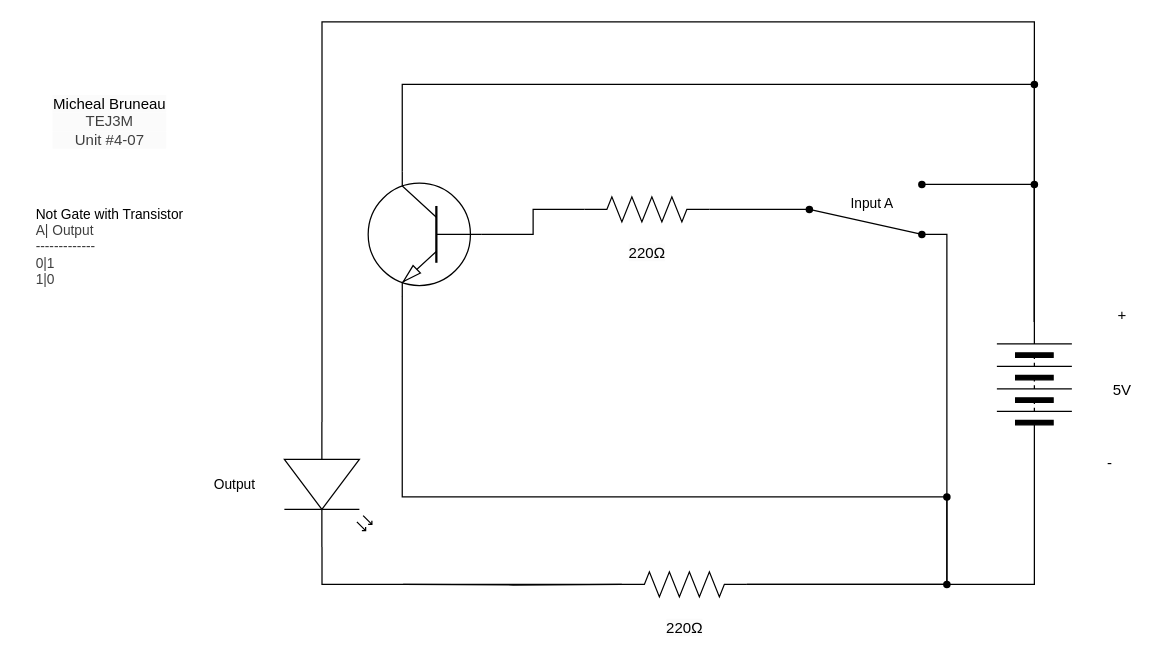
This is TEJ3M 4-07/Schematic Diagram.drawio from michael-bruneau/TEJ3M-Unit-4, a draw.io file, before an edit. Source tidied: cells renumbered, new cells numbered last; positions are measured from the earlier drawing's top-left corner, leaving out a move shared by most shapes. Both pictures are drawn from the tidied source at 125%, with x=0, y=0 at pixel (21, 21).
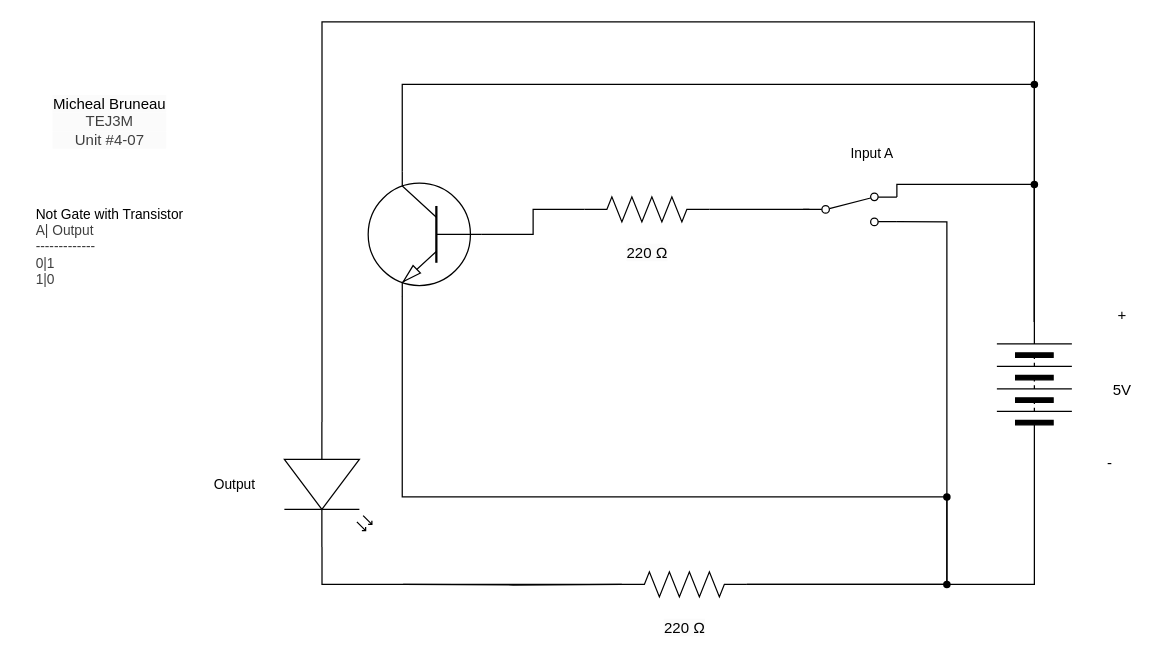
The same diagram, later.

The change refers to these unchanged cells:
```xml
<mxCell id="5" style="verticalLabelPosition=bottom;shadow=0;dashed=0;align=center;html=1;verticalAlign=top;shape=mxgraph.electrical.miscellaneous.batteryStack;rotation=-90;" parent="1" vertex="1">
  <mxGeometry x="760" y="260" width="100" height="60" as="geometry" />
</mxCell>
<mxCell id="11" style="verticalLabelPosition=bottom;shadow=0;dashed=0;align=center;html=1;verticalAlign=top;shape=mxgraph.electrical.resistors.resistor_2;fontFamily=Helvetica;fontSize=11;fontColor=default;labelBackgroundColor=default;" parent="1" vertex="1">
  <mxGeometry x="450" y="140" width="100" height="20" as="geometry" />
</mxCell>
<mxCell id="14" style="verticalLabelPosition=bottom;shadow=0;dashed=0;align=center;html=1;verticalAlign=top;shape=mxgraph.electrical.resistors.resistor_2;fontFamily=Helvetica;fontSize=11;fontColor=default;labelBackgroundColor=default;" parent="1" vertex="1">
  <mxGeometry x="480" y="440" width="100" height="20" as="geometry" />
</mxCell>
```

What changed in the source:
```diff
@@
-    <mxCell id="13" style="edgeStyle=orthogonalEdgeStyle;shape=connector;curved=0;rounded=0;html=1;exitX=1;exitY=0.5;exitDx=0;exitDy=0;exitPerimeter=0;strokeColor=default;align=center;verticalAlign=middle;fontFamily=Helvetica;fontSize=11;fontColor=default;labelBackgroundColor=default;endArrow=none;endFill=0;entryX=0.55;entryY=1.15;entryDx=0;entryDy=0;entryPerimeter=0;" parent="1" edge="1" source="14" target="23">
+    <mxCell id="13" style="edgeStyle=orthogonalEdgeStyle;shape=connector;curved=0;rounded=0;html=1;exitX=1;exitY=0.5;exitDx=0;exitDy=0;exitPerimeter=0;strokeColor=default;align=center;verticalAlign=middle;fontFamily=Helvetica;fontSize=11;fontColor=default;labelBackgroundColor=default;endArrow=none;endFill=0;entryX=1;entryY=0.88;entryDx=0;entryDy=0;" parent="1" edge="1" source="14" target="37">
       <mxGeometry relative="1" as="geometry">
         <Array as="points">
           <mxPoint x="740" y="450" />
-          <mxPoint x="740" y="170" />
+          <mxPoint x="740" y="160" />
         </Array>
       </mxGeometry>
     </mxCell>
@@
-    <mxCell id="16" style="shape=waypoint;sketch=0;fillStyle=solid;size=6;points=[];fillColor=none;perimeter=centerPerimeter;snapToPoint=1;fontFamily=Helvetica;fontSize=11;fontColor=default;labelBackgroundColor=default;" parent="1" vertex="1">
-      <mxGeometry x="710" y="120" width="20" height="20" as="geometry" />
-    </mxCell>
-    <mxCell id="17" style="edgeStyle=orthogonalEdgeStyle;shape=connector;curved=0;rounded=0;html=1;exitX=1;exitY=0.5;exitDx=0;exitDy=0;entryX=1.05;entryY=0.5;entryDx=0;entryDy=0;entryPerimeter=0;strokeColor=default;align=center;verticalAlign=middle;fontFamily=Helvetica;fontSize=11;fontColor=default;labelBackgroundColor=default;endArrow=none;endFill=0;" parent="1" edge="1" source="5" target="16">
+    <mxCell id="17" style="edgeStyle=orthogonalEdgeStyle;shape=connector;curved=0;rounded=0;html=1;exitX=1;exitY=0.5;exitDx=0;exitDy=0;entryX=1;entryY=0.12;entryDx=0;entryDy=0;strokeColor=default;align=center;verticalAlign=middle;fontFamily=Helvetica;fontSize=11;fontColor=default;labelBackgroundColor=default;endArrow=none;endFill=0;" parent="1" edge="1" source="5" target="37">
       <mxGeometry relative="1" as="geometry">
         <Array as="points">
           <mxPoint x="810" y="130" />
+          <mxPoint x="700" y="130" />
         </Array>
       </mxGeometry>
     </mxCell>
@@
-    <mxCell id="23" style="shape=waypoint;sketch=0;fillStyle=solid;size=6;points=[];fillColor=none;perimeter=centerPerimeter;snapToPoint=1;fontFamily=Helvetica;fontSize=11;fontColor=default;labelBackgroundColor=default;" parent="1" vertex="1">
-      <mxGeometry x="710" y="160" width="20" height="20" as="geometry" />
-    </mxCell>
-    <mxCell id="24" style="shape=connector;rounded=0;html=1;exitDx=0;exitDy=0;exitPerimeter=0;entryX=0.3;entryY=0.2;entryDx=0;entryDy=0;entryPerimeter=0;strokeColor=default;align=center;verticalAlign=middle;fontFamily=Helvetica;fontSize=11;fontColor=default;labelBackgroundColor=default;endArrow=none;endFill=0;" parent="1" edge="1" source="30" target="23">
-      <mxGeometry relative="1" as="geometry" />
-    </mxCell>
     <mxCell id="25" value="Input A" style="text;html=1;align=center;verticalAlign=middle;strokeColor=none;fillColor=none;fontFamily=Helvetica;fontSize=11;fontColor=default;labelBackgroundColor=default;" parent="1" vertex="1">
-      <mxGeometry x="650" y="130" width="60" height="30" as="geometry" />
+      <mxGeometry x="650" y="90" width="60" height="30" as="geometry" />
     </mxCell>
-    <mxCell id="26" value="&lt;span style=&quot;color: rgb(0, 0, 0); font-size: 12px; background-color: rgb(251, 251, 251);&quot;&gt;220Ω&lt;/span&gt;" style="text;html=1;align=center;verticalAlign=middle;strokeColor=none;fillColor=none;fontFamily=Helvetica;fontSize=11;fontColor=default;labelBackgroundColor=default;" parent="1" vertex="1">
-      <mxGeometry x="505" y="470" width="50" height="30" as="geometry" />
+    <mxCell id="26" value="&lt;span style=&quot;color: rgb(0, 0, 0); font-size: 12px; background-color: rgb(251, 251, 251);&quot;&gt;220 Ω&lt;/span&gt;" style="text;html=1;align=center;verticalAlign=middle;strokeColor=none;fillColor=none;fontFamily=Helvetica;fontSize=11;fontColor=default;labelBackgroundColor=default;" parent="1" vertex="1">
+      <mxGeometry x="500" y="470" width="60" height="30" as="geometry" />
     </mxCell>
-    <mxCell id="27" value="&lt;span style=&quot;font-size: 12px; background-color: rgb(251, 251, 251);&quot;&gt;220Ω&lt;/span&gt;" style="text;html=1;align=center;verticalAlign=middle;strokeColor=none;fillColor=none;fontFamily=Helvetica;fontSize=11;fontColor=default;labelBackgroundColor=default;" parent="1" vertex="1">
-      <mxGeometry x="475" y="170" width="50" height="30" as="geometry" />
+    <mxCell id="27" value="&lt;span style=&quot;font-size: 12px; background-color: rgb(251, 251, 251);&quot;&gt;220 Ω&lt;/span&gt;" style="text;html=1;align=center;verticalAlign=middle;strokeColor=none;fillColor=none;fontFamily=Helvetica;fontSize=11;fontColor=default;labelBackgroundColor=default;" parent="1" vertex="1">
+      <mxGeometry x="470" y="170" width="60" height="30" as="geometry" />
     </mxCell>
@@
-    <mxCell id="29" style="shape=connector;rounded=0;html=1;exitX=1;exitY=0.5;exitDx=0;exitDy=0;exitPerimeter=0;entryDx=0;entryDy=0;entryPerimeter=0;strokeColor=default;align=center;verticalAlign=middle;fontFamily=Helvetica;fontSize=11;fontColor=default;labelBackgroundColor=default;endArrow=none;endFill=0;" parent="1" edge="1" source="11" target="30">
-      <mxGeometry relative="1" as="geometry" />
+    <mxCell id="29" style="shape=connector;rounded=0;html=1;exitX=1;exitY=0.5;exitDx=0;exitDy=0;exitPerimeter=0;entryDx=0;entryDy=0;entryPerimeter=0;strokeColor=default;align=center;verticalAlign=middle;fontFamily=Helvetica;fontSize=11;fontColor=default;labelBackgroundColor=default;endArrow=none;endFill=0;" parent="1" edge="1" source="11">
+      <mxGeometry relative="1" as="geometry">
+        <mxPoint x="630" y="150" as="targetPoint" />
+      </mxGeometry>
     </mxCell>
-    <mxCell id="30" style="shape=waypoint;sketch=0;fillStyle=solid;size=6;points=[];fillColor=none;perimeter=centerPerimeter;snapToPoint=1;fontFamily=Helvetica;fontSize=11;fontColor=default;labelBackgroundColor=default;" parent="1" vertex="1">
-      <mxGeometry x="620" y="140" width="20" height="20" as="geometry" />
-    </mxCell>
@@
+    <mxCell id="37" style="html=1;shape=mxgraph.electrical.electro-mechanical.twoWaySwitch;elSwitchState=2;" parent="1" vertex="1">
+      <mxGeometry x="625" y="137" width="75" height="26" as="geometry" />
+    </mxCell>
```
